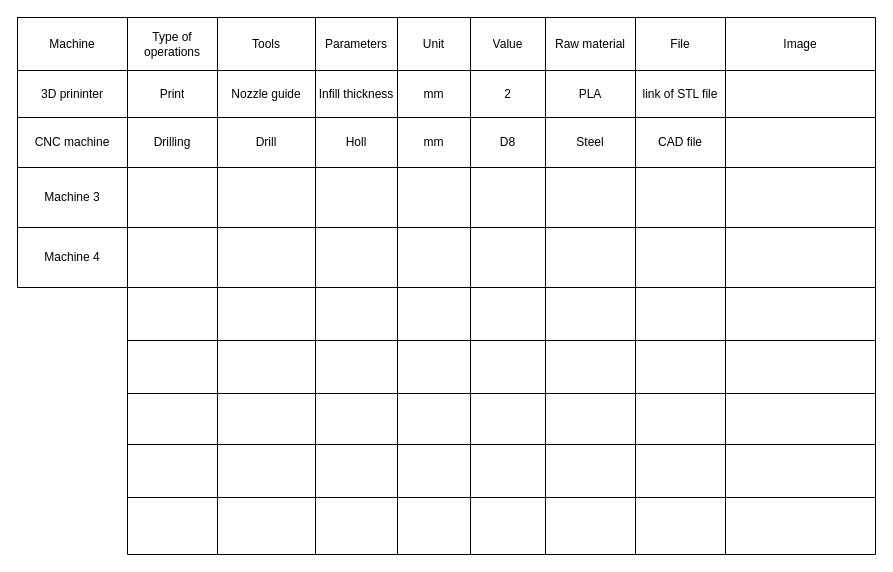
The draw.io diagram Machining parameters.drawio in amerezoji1362/drawio-github, before the edit. Source tidied: cells renumbered, new cells numbered last; positions are measured from the earlier drawing's top-left corner, leaving out a move shared by most shapes. Both pictures are drawn from the tidied source at 100%, with x=0, y=0 at pixel (17, 17).
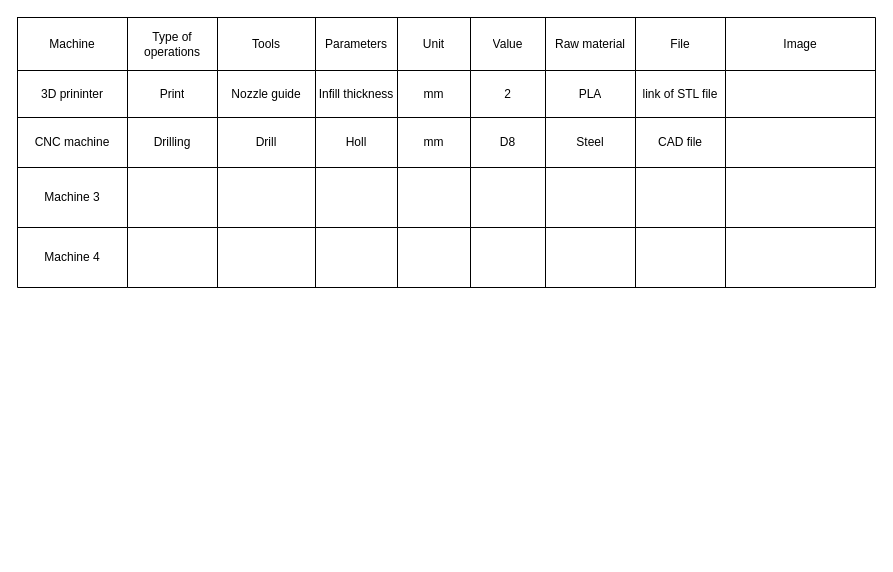
The same diagram, later.

Change to the diagram source:
```diff
@@
     <mxCell id="5" style="shape=table;startSize=0;childLayout=tableLayout;" parent="1" vertex="1">
-      <mxGeometry x="110" width="748" height="537" as="geometry" />
+      <mxGeometry x="110" width="748" height="270" as="geometry" />
     </mxCell>
@@
-    <mxCell id="51" style="shape=partialRectangle;fillColor=none;top=0;left=0;bottom=0;right=0;" parent="5" vertex="1">
-      <mxGeometry y="270" width="748" height="53" as="geometry" />
-    </mxCell>
-    <mxCell id="52" style="shape=partialRectangle;html=1;whiteSpace=wrap;overflow=hidden;fillColor=none;top=0;left=0;bottom=0;right=0;" parent="51" vertex="1">
-      <mxGeometry width="90" height="53" as="geometry" />
-    </mxCell>
-    <mxCell id="53" style="shape=partialRectangle;html=1;whiteSpace=wrap;overflow=hidden;fillColor=none;top=0;left=0;bottom=0;right=0;" parent="51" vertex="1">
-      <mxGeometry x="90" width="98" height="53" as="geometry" />
-    </mxCell>
-    <mxCell id="54" style="shape=partialRectangle;html=1;whiteSpace=wrap;overflow=hidden;fillColor=none;top=0;left=0;bottom=0;right=0;" parent="51" vertex="1">
-      <mxGeometry x="188" width="82" height="53" as="geometry" />
-    </mxCell>
-    <mxCell id="55" style="shape=partialRectangle;html=1;whiteSpace=wrap;overflow=hidden;fillColor=none;top=0;left=0;bottom=0;right=0;" parent="51" vertex="1">
-      <mxGeometry x="270" width="73" height="53" as="geometry" />
-    </mxCell>
-    <mxCell id="56" style="shape=partialRectangle;html=1;whiteSpace=wrap;overflow=hidden;fillColor=none;top=0;left=0;bottom=0;right=0;" parent="51" vertex="1">
-      <mxGeometry x="343" width="75" height="53" as="geometry" />
-    </mxCell>
-    <mxCell id="57" style="shape=partialRectangle;html=1;whiteSpace=wrap;overflow=hidden;fillColor=none;top=0;left=0;bottom=0;right=0;" parent="51" vertex="1">
-      <mxGeometry x="418" width="90" height="53" as="geometry" />
-    </mxCell>
-    <mxCell id="58" style="shape=partialRectangle;html=1;whiteSpace=wrap;overflow=hidden;fillColor=none;top=0;left=0;bottom=0;right=0;" parent="51" vertex="1">
-      <mxGeometry x="508" width="90" height="53" as="geometry" />
-    </mxCell>
-    <mxCell id="59" style="shape=partialRectangle;html=1;whiteSpace=wrap;overflow=hidden;fillColor=none;top=0;left=0;bottom=0;right=0;" parent="51" vertex="1">
-      <mxGeometry x="598" width="150" height="53" as="geometry" />
-    </mxCell>
-    <mxCell id="60" style="shape=partialRectangle;fillColor=none;top=0;left=0;bottom=0;right=0;" parent="5" vertex="1">
-      <mxGeometry y="323" width="748" height="53" as="geometry" />
-    </mxCell>
-    <mxCell id="61" style="shape=partialRectangle;html=1;whiteSpace=wrap;overflow=hidden;fillColor=none;top=0;left=0;bottom=0;right=0;" parent="60" vertex="1">
-      <mxGeometry width="90" height="53" as="geometry" />
-    </mxCell>
-    <mxCell id="62" style="shape=partialRectangle;html=1;whiteSpace=wrap;overflow=hidden;fillColor=none;top=0;left=0;bottom=0;right=0;" parent="60" vertex="1">
-      <mxGeometry x="90" width="98" height="53" as="geometry" />
-    </mxCell>
-    <mxCell id="63" style="shape=partialRectangle;html=1;whiteSpace=wrap;overflow=hidden;fillColor=none;top=0;left=0;bottom=0;right=0;" parent="60" vertex="1">
-      <mxGeometry x="188" width="82" height="53" as="geometry" />
-    </mxCell>
-    <mxCell id="64" style="shape=partialRectangle;html=1;whiteSpace=wrap;overflow=hidden;fillColor=none;top=0;left=0;bottom=0;right=0;" parent="60" vertex="1">
-      <mxGeometry x="270" width="73" height="53" as="geometry" />
-    </mxCell>
-    <mxCell id="65" style="shape=partialRectangle;html=1;whiteSpace=wrap;overflow=hidden;fillColor=none;top=0;left=0;bottom=0;right=0;" parent="60" vertex="1">
-      <mxGeometry x="343" width="75" height="53" as="geometry" />
-    </mxCell>
-    <mxCell id="66" style="shape=partialRectangle;html=1;whiteSpace=wrap;overflow=hidden;fillColor=none;top=0;left=0;bottom=0;right=0;" parent="60" vertex="1">
-      <mxGeometry x="418" width="90" height="53" as="geometry" />
-    </mxCell>
-    <mxCell id="67" style="shape=partialRectangle;html=1;whiteSpace=wrap;overflow=hidden;fillColor=none;top=0;left=0;bottom=0;right=0;" parent="60" vertex="1">
-      <mxGeometry x="508" width="90" height="53" as="geometry" />
-    </mxCell>
-    <mxCell id="68" style="shape=partialRectangle;html=1;whiteSpace=wrap;overflow=hidden;fillColor=none;top=0;left=0;bottom=0;right=0;" parent="60" vertex="1">
-      <mxGeometry x="598" width="150" height="53" as="geometry" />
-    </mxCell>
-    <mxCell id="69" style="shape=partialRectangle;fillColor=none;top=0;left=0;bottom=0;right=0;" parent="5" vertex="1">
-      <mxGeometry y="376" width="748" height="51" as="geometry" />
-    </mxCell>
-    <mxCell id="70" style="shape=partialRectangle;html=1;whiteSpace=wrap;overflow=hidden;fillColor=none;top=0;left=0;bottom=0;right=0;" parent="69" vertex="1">
-      <mxGeometry width="90" height="51" as="geometry" />
-    </mxCell>
-    <mxCell id="71" style="shape=partialRectangle;html=1;whiteSpace=wrap;overflow=hidden;fillColor=none;top=0;left=0;bottom=0;right=0;" parent="69" vertex="1">
-      <mxGeometry x="90" width="98" height="51" as="geometry" />
-    </mxCell>
-    <mxCell id="72" style="shape=partialRectangle;html=1;whiteSpace=wrap;overflow=hidden;fillColor=none;top=0;left=0;bottom=0;right=0;" parent="69" vertex="1">
-      <mxGeometry x="188" width="82" height="51" as="geometry" />
-    </mxCell>
-    <mxCell id="73" style="shape=partialRectangle;html=1;whiteSpace=wrap;overflow=hidden;fillColor=none;top=0;left=0;bottom=0;right=0;" parent="69" vertex="1">
-      <mxGeometry x="270" width="73" height="51" as="geometry" />
-    </mxCell>
-    <mxCell id="74" style="shape=partialRectangle;html=1;whiteSpace=wrap;overflow=hidden;fillColor=none;top=0;left=0;bottom=0;right=0;" parent="69" vertex="1">
-      <mxGeometry x="343" width="75" height="51" as="geometry" />
-    </mxCell>
-    <mxCell id="75" style="shape=partialRectangle;html=1;whiteSpace=wrap;overflow=hidden;fillColor=none;top=0;left=0;bottom=0;right=0;" parent="69" vertex="1">
-      <mxGeometry x="418" width="90" height="51" as="geometry" />
-    </mxCell>
-    <mxCell id="76" style="shape=partialRectangle;html=1;whiteSpace=wrap;overflow=hidden;fillColor=none;top=0;left=0;bottom=0;right=0;" parent="69" vertex="1">
-      <mxGeometry x="508" width="90" height="51" as="geometry" />
-    </mxCell>
-    <mxCell id="77" style="shape=partialRectangle;html=1;whiteSpace=wrap;overflow=hidden;fillColor=none;top=0;left=0;bottom=0;right=0;" parent="69" vertex="1">
-      <mxGeometry x="598" width="150" height="51" as="geometry" />
-    </mxCell>
-    <mxCell id="78" style="shape=partialRectangle;fillColor=none;top=0;left=0;bottom=0;right=0;" parent="5" vertex="1">
-      <mxGeometry y="427" width="748" height="53" as="geometry" />
-    </mxCell>
-    <mxCell id="79" style="shape=partialRectangle;html=1;whiteSpace=wrap;overflow=hidden;fillColor=none;top=0;left=0;bottom=0;right=0;" parent="78" vertex="1">
-      <mxGeometry width="90" height="53" as="geometry" />
-    </mxCell>
-    <mxCell id="80" style="shape=partialRectangle;html=1;whiteSpace=wrap;overflow=hidden;fillColor=none;top=0;left=0;bottom=0;right=0;" parent="78" vertex="1">
-      <mxGeometry x="90" width="98" height="53" as="geometry" />
-    </mxCell>
-    <mxCell id="81" style="shape=partialRectangle;html=1;whiteSpace=wrap;overflow=hidden;fillColor=none;top=0;left=0;bottom=0;right=0;" parent="78" vertex="1">
-      <mxGeometry x="188" width="82" height="53" as="geometry" />
-    </mxCell>
-    <mxCell id="82" style="shape=partialRectangle;html=1;whiteSpace=wrap;overflow=hidden;fillColor=none;top=0;left=0;bottom=0;right=0;" parent="78" vertex="1">
-      <mxGeometry x="270" width="73" height="53" as="geometry" />
-    </mxCell>
-    <mxCell id="83" style="shape=partialRectangle;html=1;whiteSpace=wrap;overflow=hidden;fillColor=none;top=0;left=0;bottom=0;right=0;" parent="78" vertex="1">
-      <mxGeometry x="343" width="75" height="53" as="geometry" />
-    </mxCell>
-    <mxCell id="84" style="shape=partialRectangle;html=1;whiteSpace=wrap;overflow=hidden;fillColor=none;top=0;left=0;bottom=0;right=0;" parent="78" vertex="1">
-      <mxGeometry x="418" width="90" height="53" as="geometry" />
-    </mxCell>
-    <mxCell id="85" style="shape=partialRectangle;html=1;whiteSpace=wrap;overflow=hidden;fillColor=none;top=0;left=0;bottom=0;right=0;" parent="78" vertex="1">
-      <mxGeometry x="508" width="90" height="53" as="geometry" />
-    </mxCell>
-    <mxCell id="86" style="shape=partialRectangle;html=1;whiteSpace=wrap;overflow=hidden;fillColor=none;top=0;left=0;bottom=0;right=0;" parent="78" vertex="1">
-      <mxGeometry x="598" width="150" height="53" as="geometry" />
-    </mxCell>
-    <mxCell id="87" style="shape=partialRectangle;fillColor=none;top=0;left=0;bottom=0;right=0;" parent="5" vertex="1">
-      <mxGeometry y="480" width="748" height="57" as="geometry" />
-    </mxCell>
-    <mxCell id="88" style="shape=partialRectangle;html=1;whiteSpace=wrap;overflow=hidden;fillColor=none;top=0;left=0;bottom=0;right=0;" parent="87" vertex="1">
-      <mxGeometry width="90" height="57" as="geometry" />
-    </mxCell>
-    <mxCell id="89" style="shape=partialRectangle;html=1;whiteSpace=wrap;overflow=hidden;fillColor=none;top=0;left=0;bottom=0;right=0;" parent="87" vertex="1">
-      <mxGeometry x="90" width="98" height="57" as="geometry" />
-    </mxCell>
-    <mxCell id="90" style="shape=partialRectangle;html=1;whiteSpace=wrap;overflow=hidden;fillColor=none;top=0;left=0;bottom=0;right=0;" parent="87" vertex="1">
-      <mxGeometry x="188" width="82" height="57" as="geometry" />
-    </mxCell>
-    <mxCell id="91" style="shape=partialRectangle;html=1;whiteSpace=wrap;overflow=hidden;fillColor=none;top=0;left=0;bottom=0;right=0;" parent="87" vertex="1">
-      <mxGeometry x="270" width="73" height="57" as="geometry" />
-    </mxCell>
-    <mxCell id="92" style="shape=partialRectangle;html=1;whiteSpace=wrap;overflow=hidden;fillColor=none;top=0;left=0;bottom=0;right=0;" parent="87" vertex="1">
-      <mxGeometry x="343" width="75" height="57" as="geometry" />
-    </mxCell>
-    <mxCell id="93" style="shape=partialRectangle;html=1;whiteSpace=wrap;overflow=hidden;fillColor=none;top=0;left=0;bottom=0;right=0;" parent="87" vertex="1">
-      <mxGeometry x="418" width="90" height="57" as="geometry" />
-    </mxCell>
-    <mxCell id="94" style="shape=partialRectangle;html=1;whiteSpace=wrap;overflow=hidden;fillColor=none;top=0;left=0;bottom=0;right=0;" parent="87" vertex="1">
-      <mxGeometry x="508" width="90" height="57" as="geometry" />
-    </mxCell>
-    <mxCell id="95" style="shape=partialRectangle;html=1;whiteSpace=wrap;overflow=hidden;fillColor=none;top=0;left=0;bottom=0;right=0;" parent="87" vertex="1">
-      <mxGeometry x="598" width="150" height="57" as="geometry" />
-    </mxCell>
```
